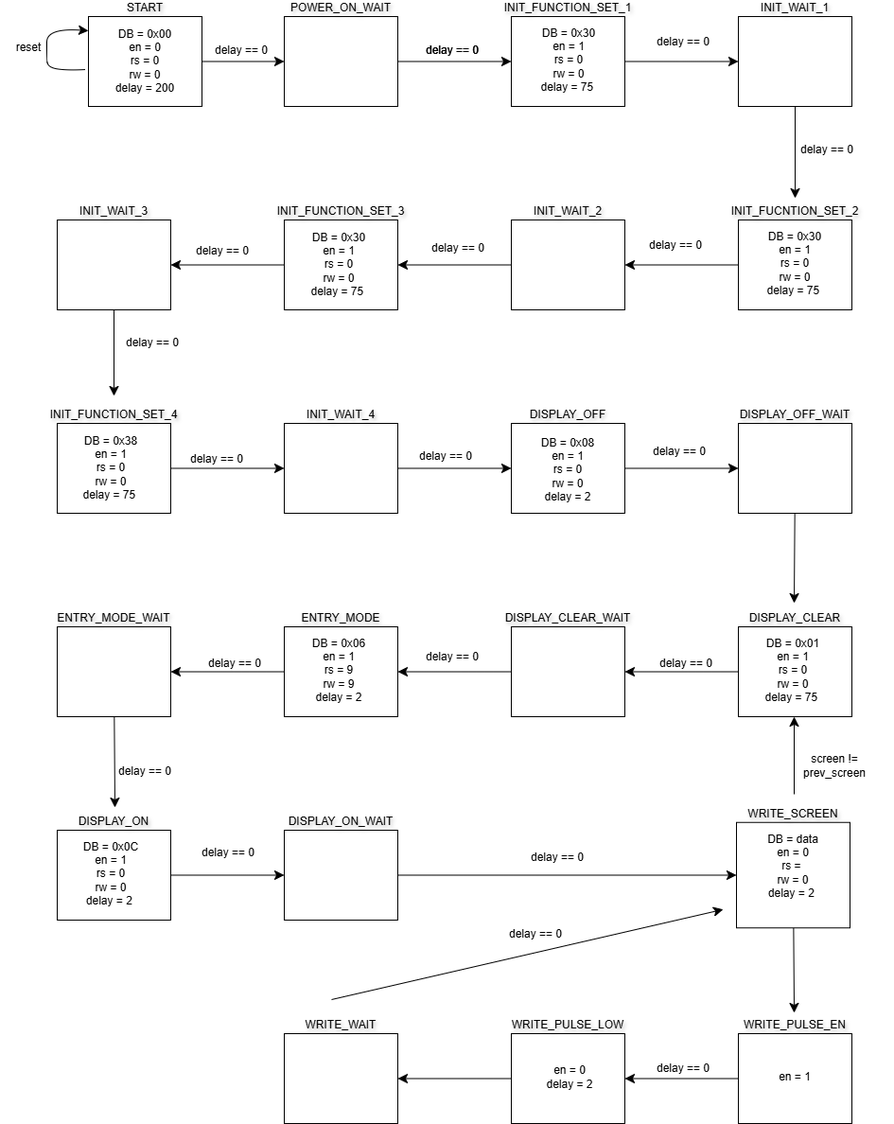
The draw.io diagram images/lcd_driver_fsm.png in wchan03/e155-final-portfolio, before a commit. Source tidied: cells renumbered, new cells last; positions are measured from the earlier drawing's top-left corner, leaving out a move shared by most shapes.
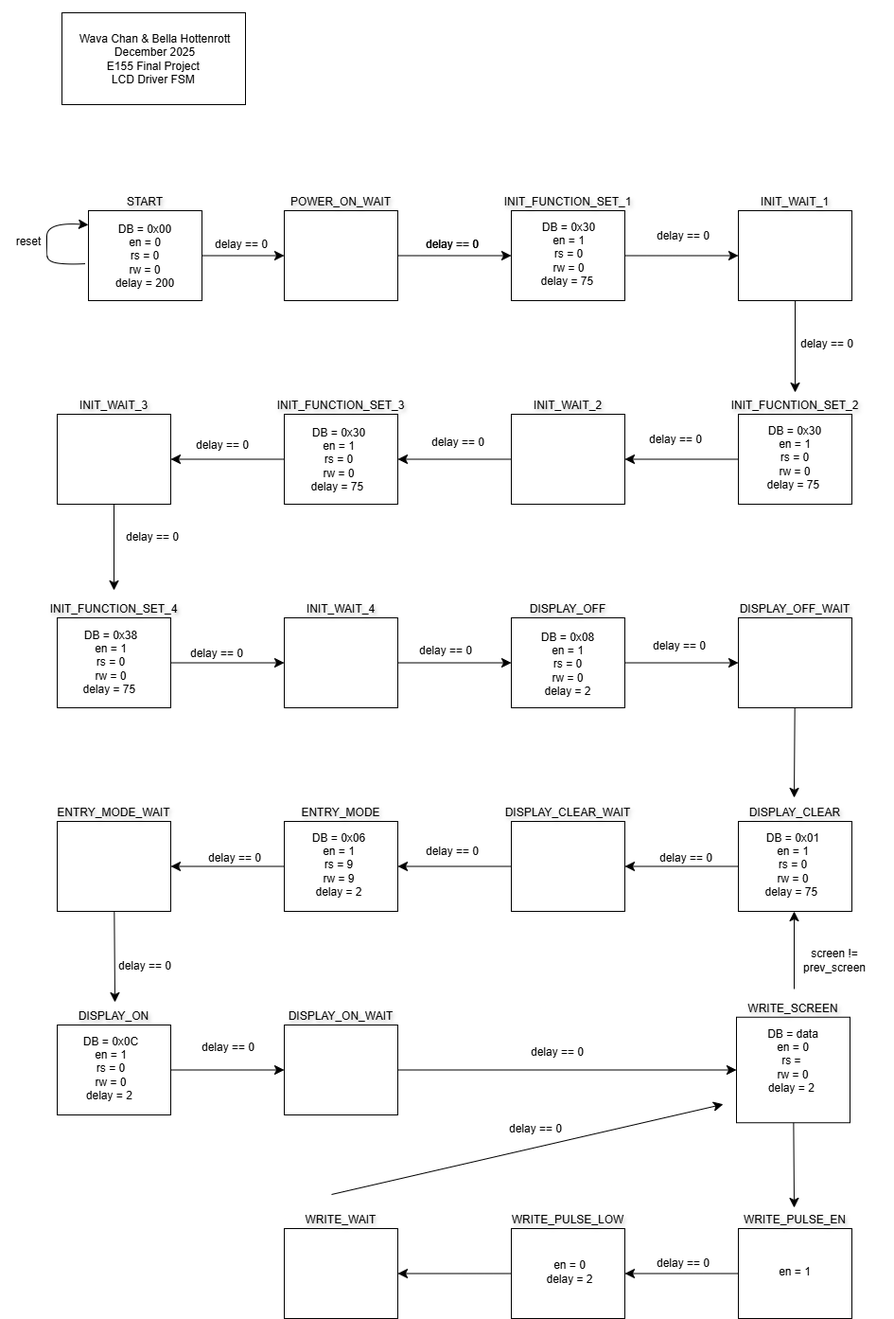
After the change.

Commit message:
updated block diagram and fsm diagram

Change to the diagram source:
```diff
@@ -266,5 +266,11 @@
     <mxCell id="81" value="delay == 0" style="text;html=1;whiteSpace=wrap;strokeColor=none;fillColor=none;align=center;verticalAlign=middle;rounded=0;fontFamily=Helvetica;fontSize=12;fontColor=default;" parent="1" vertex="1">
       <mxGeometry x="495" y="958" width="142" height="24" as="geometry" />
     </mxCell>
+    <mxCell id="82" style="rounded=0;whiteSpace=wrap;html=1;strokeColor=default;align=center;verticalAlign=bottom;fontFamily=Helvetica;fontSize=12;fontColor=default;fillColor=default;" parent="1" vertex="1">
+      <mxGeometry x="65" y="-209" width="194" height="97" as="geometry" />
+    </mxCell>
+    <mxCell id="83" value="Wava Chan &amp;amp; Bella Hottenrott&lt;div&gt;December 2025&lt;/div&gt;&lt;div&gt;E155 Final Project&amp;nbsp;&lt;/div&gt;&lt;div&gt;LCD Driver FSM&amp;nbsp;&lt;/div&gt;" style="text;html=1;whiteSpace=wrap;strokeColor=none;fillColor=none;align=center;verticalAlign=middle;rounded=0;fontFamily=Helvetica;fontSize=12;fontColor=default;" parent="1" vertex="1">
+      <mxGeometry x="54" y="-222" width="219" height="124" as="geometry" />
+    </mxCell>
   </root>
 </mxGraphModel>
```
